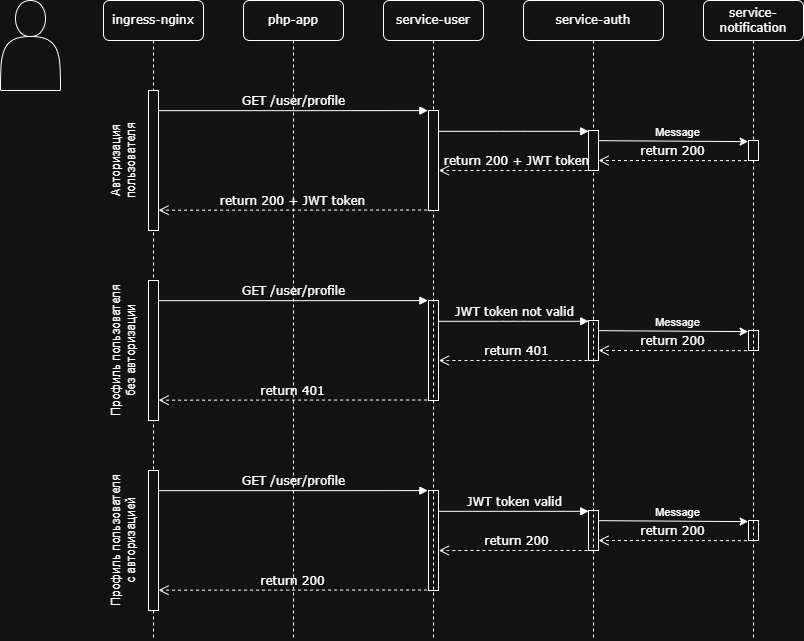
Before: lesson-6/img/interaction_of_services.drawio.png, a diagram exported from draw.io (confuciy/microservice_architecture). Source tidied: cells renumbered, new cells last; positions are measured from the earlier drawing's top-left corner, leaving out a move shared by most shapes.
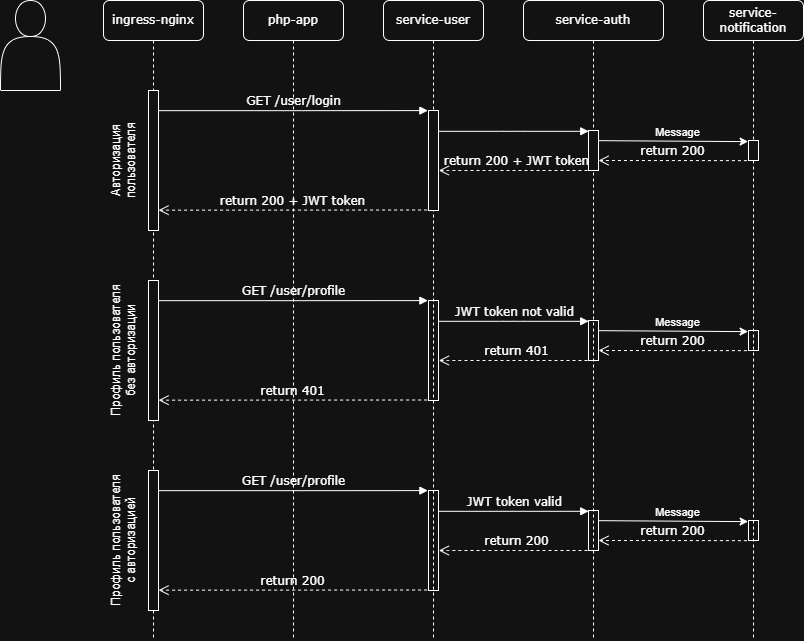
After the commit.

What changed in the source:
```diff
@@ -137,7 +137,7 @@
     <mxCell id="36" style="html=1;points=[];perimeter=orthogonalPerimeter;rounded=0;shadow=0;comic=0;labelBackgroundColor=none;strokeWidth=1;fontFamily=Verdana;fontSize=12;align=center;" parent="1" vertex="1">
       <mxGeometry x="748" y="140" width="10" height="20" as="geometry" />
     </mxCell>
-    <mxCell id="37" value="GET /user/profile" style="html=1;verticalAlign=bottom;endArrow=block;labelBackgroundColor=none;fontFamily=Verdana;fontSize=12;edgeStyle=elbowEdgeStyle;elbow=horizontal;entryX=-0.062;entryY=0.001;entryDx=0;entryDy=0;entryPerimeter=0;exitX=1.005;exitY=0.144;exitDx=0;exitDy=0;exitPerimeter=0;" parent="1" edge="1" source="32" target="34">
+    <mxCell id="37" value="GET /user/login" style="html=1;verticalAlign=bottom;endArrow=block;labelBackgroundColor=none;fontFamily=Verdana;fontSize=12;edgeStyle=elbowEdgeStyle;elbow=horizontal;entryX=-0.062;entryY=0.001;entryDx=0;entryDy=0;entryPerimeter=0;exitX=1.005;exitY=0.144;exitDx=0;exitDy=0;exitPerimeter=0;" parent="1" edge="1" source="32" target="34">
       <mxGeometry relative="1" as="geometry" />
     </mxCell>
     <mxCell id="38" style="html=1;verticalAlign=bottom;endArrow=block;labelBackgroundColor=none;fontFamily=Verdana;fontSize=12;edgeStyle=elbowEdgeStyle;elbow=horizontal;entryX=0.02;entryY=0.02;entryDx=0;entryDy=0;entryPerimeter=0;exitX=1.06;exitY=0.208;exitDx=0;exitDy=0;exitPerimeter=0;" parent="1" edge="1" source="34" target="35">
```
